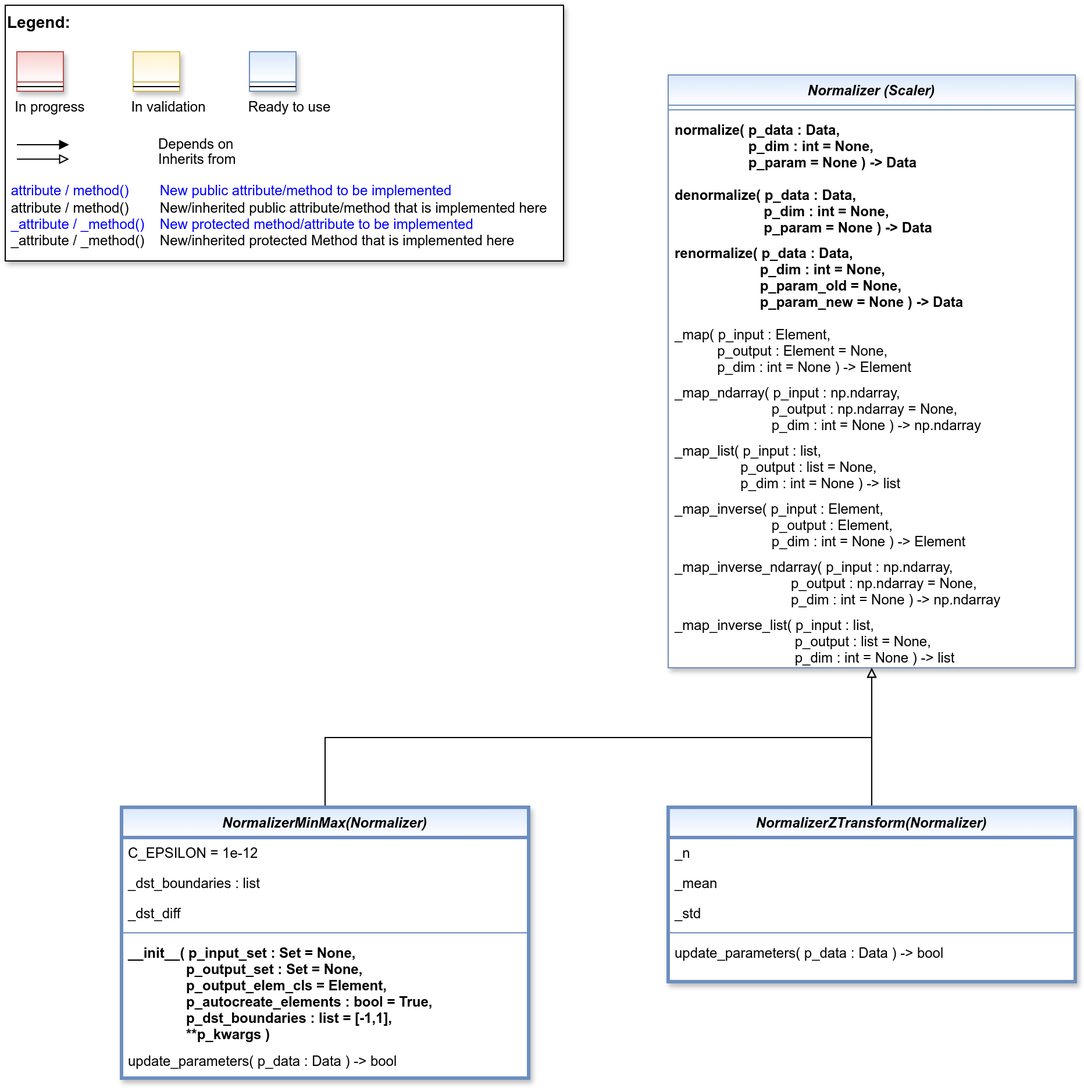
The draw.io diagram doc/rtd/content/99_appendices/appendix2/sub/mlpro_bf/layer2_mathematics/images/MLPro-BF-Math-Normalizers_class_diagram.drawio.png in fhswf/MLPro, before a commit. Source tidied: cells renumbered, new cells last; positions are measured from the earlier drawing's top-left corner, leaving out a move shared by most shapes.
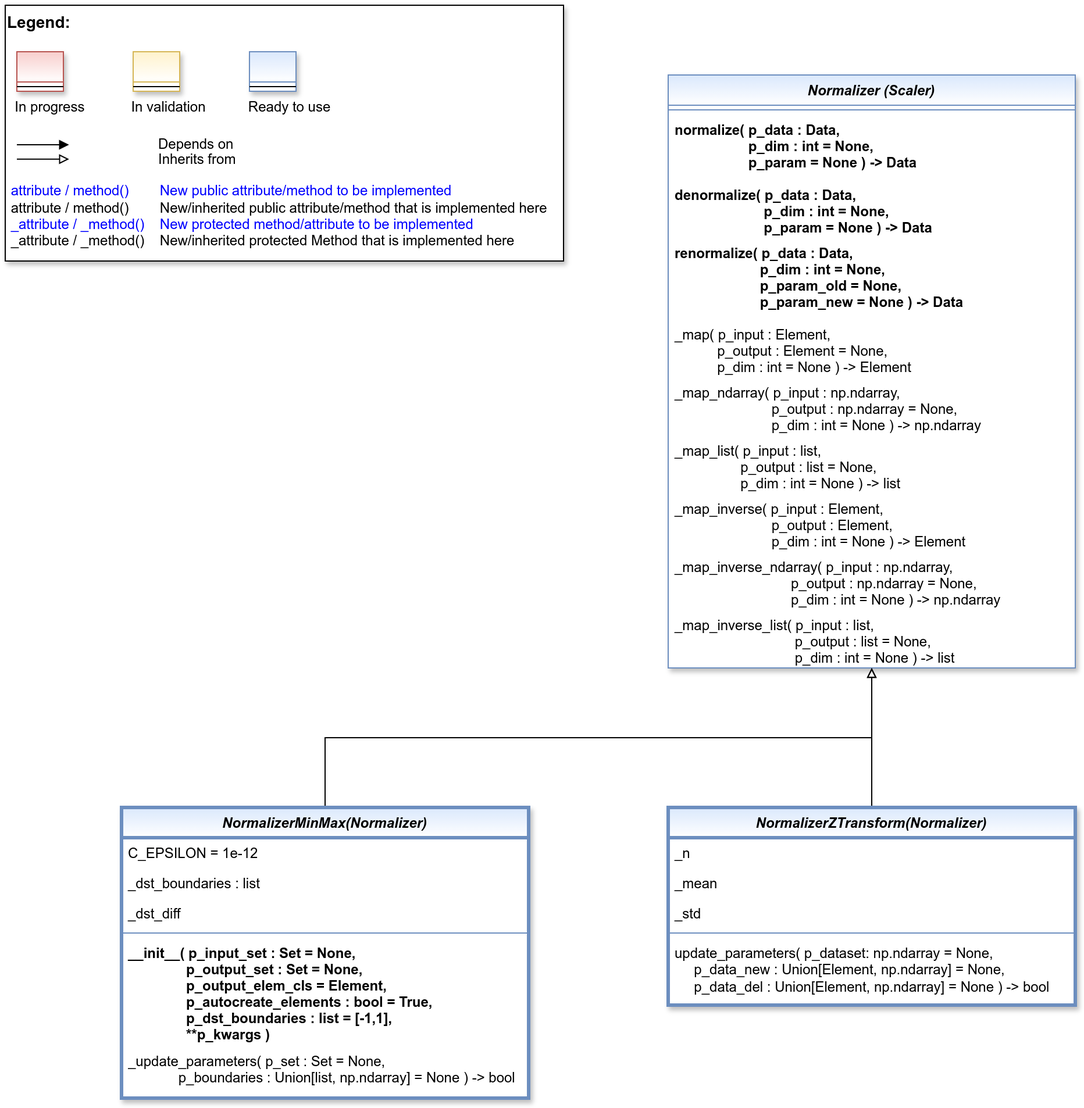
After the change.

Commit message:
OA-STREAMS: Optimization of Online Normalizers #745

The edit, as a diff of the source:
```diff
@@ -44,7 +44,7 @@
       </mxGeometry>
     </mxCell>
     <mxCell id="14" value="NormalizerMinMax(Normalizer)" style="swimlane;fontStyle=3;align=center;verticalAlign=top;horizontal=1;startSize=26;rounded=0;shadow=1;strokeWidth=3;fillColor=#dae8fc;strokeColor=#6c8ebf;gradientColor=#FFFFFF;swimlaneFillColor=#FFFFFF;" parent="1" vertex="1">
-      <mxGeometry x="100" y="690" width="350" height="233" as="geometry" />
+      <mxGeometry x="100" y="690" width="350" height="250" as="geometry" />
     </mxCell>
     <mxCell id="15" value="C_EPSILON = 1e-12" style="text;align=left;verticalAlign=top;spacingLeft=4;spacingRight=4;overflow=hidden;rounded=0;shadow=0;html=0;" parent="14" vertex="1">
       <mxGeometry y="26" width="350" height="26" as="geometry" />
@@ -61,14 +61,14 @@
     <mxCell id="19" value="__init__( p_input_set : Set = None,&#10;               p_output_set : Set = None,&#10;               p_output_elem_cls = Element,&#10;               p_autocreate_elements : bool = True,&#10;               p_dst_boundaries : list = [-1,1],&#10;               **p_kwargs )" style="text;align=left;verticalAlign=top;spacingLeft=4;spacingRight=4;overflow=hidden;fontStyle=1;" parent="14" vertex="1">
       <mxGeometry y="112" width="350" height="93" as="geometry" />
     </mxCell>
-    <mxCell id="20" value="update_parameters( p_data : Data ) -&gt; bool" style="text;align=left;verticalAlign=top;spacingLeft=4;spacingRight=4;overflow=hidden;fontColor=default;whiteSpace=wrap;" parent="14" vertex="1">
-      <mxGeometry y="205" width="350" height="28" as="geometry" />
+    <mxCell id="20" value="_update_parameters( p_set : Set = None, &#10;             p_boundaries : Union[list, np.ndarray] = None ) -&gt; bool" style="text;align=left;verticalAlign=top;spacingLeft=4;spacingRight=4;overflow=hidden;fontColor=default;whiteSpace=wrap;" parent="14" vertex="1">
+      <mxGeometry y="205" width="350" height="39" as="geometry" />
     </mxCell>
     <mxCell id="21" style="edgeStyle=orthogonalEdgeStyle;rounded=0;jettySize=auto;html=1;endArrow=block;endFill=0;" parent="1" edge="1" source="22" target="2">
       <mxGeometry relative="1" as="geometry" />
     </mxCell>
     <mxCell id="22" value="NormalizerZTransform(Normalizer)" style="swimlane;fontStyle=3;align=center;verticalAlign=top;horizontal=1;startSize=26;rounded=0;shadow=1;strokeWidth=3;fillColor=#dae8fc;strokeColor=#6c8ebf;gradientColor=#FFFFFF;swimlaneFillColor=#FFFFFF;" parent="1" vertex="1">
-      <mxGeometry x="570" y="690" width="350" height="150" as="geometry" />
+      <mxGeometry x="570" y="690" width="350" height="170" as="geometry" />
     </mxCell>
     <mxCell id="23" value="_n" style="text;align=left;verticalAlign=top;spacingLeft=4;spacingRight=4;overflow=hidden;rounded=0;shadow=0;html=0;" parent="22" vertex="1">
       <mxGeometry y="26" width="350" height="26" as="geometry" />
@@ -82,8 +82,8 @@
     <mxCell id="26" style="line;html=1;strokeWidth=1;align=left;verticalAlign=middle;spacingTop=-1;spacingLeft=3;spacingRight=3;labelPosition=right;fillColor=#dae8fc;strokeColor=#6c8ebf;gradientColor=#FFFFFF;" parent="22" vertex="1">
       <mxGeometry y="104" width="350" height="8" as="geometry" />
     </mxCell>
-    <mxCell id="27" value="update_parameters( p_data : Data ) -&gt; bool" style="text;align=left;verticalAlign=top;spacingLeft=4;spacingRight=4;overflow=hidden;fontColor=default;whiteSpace=wrap;" parent="22" vertex="1">
-      <mxGeometry y="112" width="350" height="28" as="geometry" />
+    <mxCell id="27" value="update_parameters( p_dataset: np.ndarray = None,&#10;     p_data_new : Union[Element, np.ndarray] = None,&#10;     p_data_del : Union[Element, np.ndarray] = None ) -&gt; bool&#10;" style="text;align=left;verticalAlign=top;spacingLeft=4;spacingRight=4;overflow=hidden;fontColor=default;whiteSpace=wrap;" parent="22" vertex="1">
+      <mxGeometry y="112" width="350" height="58" as="geometry" />
     </mxCell>
     <mxCell id="28" style="group;" parent="1" vertex="1">
       <mxGeometry width="480" height="220" as="geometry" />
```
